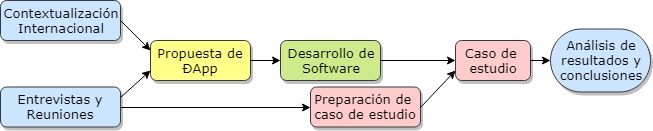
rsilvav/blockchain_gd keeps this draw.io diagram as slides/Metodolog2.png. Above is the earlier version. Source tidied: cells renumbered, new cells last; positions are measured from the earlier drawing's top-left corner, leaving out a move shared by most shapes.
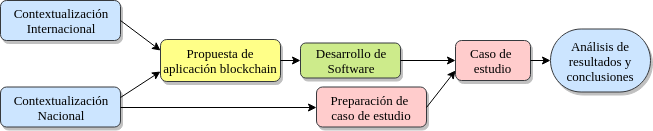
Above is the later version.

The edit, as a diff of the source:
```diff
@@ -2,8 +2,8 @@
   <root>
     <mxCell id="0" />
     <mxCell id="1" parent="0" />
-    <mxCell id="2" value="&lt;font style=&quot;font-size: 13px&quot;&gt;Propuesta de ÐApp&lt;/font&gt;&lt;br&gt;" style="rounded=1;whiteSpace=wrap;html=1;shadow=1;labelBackgroundColor=none;strokeColor=#36393d;strokeWidth=1;fillColor=#ffff88;fontFamily=Verdana;fontSize=8;align=center;" parent="1" vertex="1">
-      <mxGeometry x="150" y="40" width="100" height="40" as="geometry" />
+    <mxCell id="2" value="&lt;font style=&quot;font-size: 13px&quot;&gt;Propuesta de aplicación blockchain&lt;/font&gt;&lt;br&gt;" style="rounded=1;whiteSpace=wrap;html=1;shadow=1;labelBackgroundColor=none;strokeColor=#36393d;strokeWidth=1;fillColor=#ffff88;fontFamily=Verdana;fontSize=8;align=center;" parent="1" vertex="1">
+      <mxGeometry x="160" y="39" width="120" height="42" as="geometry" />
     </mxCell>
     <mxCell id="3" value="&lt;font style=&quot;font-size: 13px&quot;&gt;Contextualización&lt;br&gt;Internacional&lt;/font&gt;&lt;br&gt;" style="rounded=1;whiteSpace=wrap;html=1;shadow=1;labelBackgroundColor=none;strokeColor=#36393d;strokeWidth=1;fillColor=#cce5ff;fontFamily=Verdana;fontSize=8;align=center;" parent="1" vertex="1">
       <mxGeometry width="120" height="40" as="geometry" />
@@ -11,14 +11,14 @@
     <mxCell id="4" value="&lt;font style=&quot;font-size: 13px&quot;&gt;&lt;font&gt;Caso de &lt;br&gt;&lt;/font&gt;estudio&lt;/font&gt;&lt;br&gt;" style="rounded=1;whiteSpace=wrap;html=1;shadow=1;labelBackgroundColor=none;strokeColor=#36393d;strokeWidth=1;fillColor=#ffcccc;fontFamily=Verdana;fontSize=8;align=center;" parent="1" vertex="1">
       <mxGeometry x="455" y="40" width="75" height="40" as="geometry" />
     </mxCell>
-    <mxCell id="5" value="&lt;font style=&quot;font-size: 13px&quot;&gt;Entrevistas y Reuniones&lt;/font&gt;&lt;br&gt;" style="rounded=1;whiteSpace=wrap;html=1;shadow=1;labelBackgroundColor=none;strokeColor=#36393d;strokeWidth=1;fillColor=#cce5ff;fontFamily=Verdana;fontSize=8;align=center;" parent="1" vertex="1">
+    <mxCell id="5" value="&lt;font style=&quot;font-size: 13px&quot;&gt;Contextualización&lt;br&gt;&lt;/font&gt;Nacional&lt;br&gt;" style="rounded=1;whiteSpace=wrap;html=1;shadow=1;labelBackgroundColor=none;strokeColor=#36393d;strokeWidth=1;fillColor=#cce5ff;fontFamily=Verdana;fontSize=13;align=center;" parent="1" vertex="1">
       <mxGeometry y="86.5" width="120" height="40" as="geometry" />
     </mxCell>
     <mxCell id="6" value="&lt;font style=&quot;font-size: 13px&quot;&gt;Desarrollo de&lt;br&gt;Software&lt;/font&gt;&lt;br&gt;" style="rounded=1;whiteSpace=wrap;html=1;shadow=1;labelBackgroundColor=none;strokeColor=#36393d;strokeWidth=1;fillColor=#cdeb8b;fontFamily=Verdana;fontSize=13;align=center;" parent="1" vertex="1">
-      <mxGeometry x="280" y="40" width="100" height="40" as="geometry" />
+      <mxGeometry x="300" y="42.5" width="100" height="35" as="geometry" />
     </mxCell>
     <mxCell id="7" value="&lt;font style=&quot;font-size: 13px&quot;&gt;Preparación de&amp;nbsp; caso de estudio&lt;/font&gt;&lt;br&gt;" style="rounded=1;whiteSpace=wrap;html=1;shadow=1;labelBackgroundColor=none;strokeColor=#36393d;strokeWidth=1;fillColor=#ffcccc;fontFamily=Verdana;fontSize=8;align=center;" parent="1" vertex="1">
-      <mxGeometry x="310" y="86.5" width="110" height="40" as="geometry" />
+      <mxGeometry x="316" y="86.5" width="110" height="40" as="geometry" />
     </mxCell>
     <mxCell id="8" value="&lt;font style=&quot;font-size: 13px&quot;&gt;Análisis de&lt;br&gt;resultados y&lt;br&gt;conclusiones&lt;/font&gt;&lt;br&gt;" style="strokeWidth=1;html=1;shape=mxgraph.flowchart.terminator;whiteSpace=wrap;rounded=0;shadow=1;labelBackgroundColor=none;fillColor=#cce5ff;fontFamily=Verdana;fontSize=8;align=center;strokeColor=#36393d;" parent="1" vertex="1">
       <mxGeometry x="550" y="28.5" width="100" height="63" as="geometry" />
```
